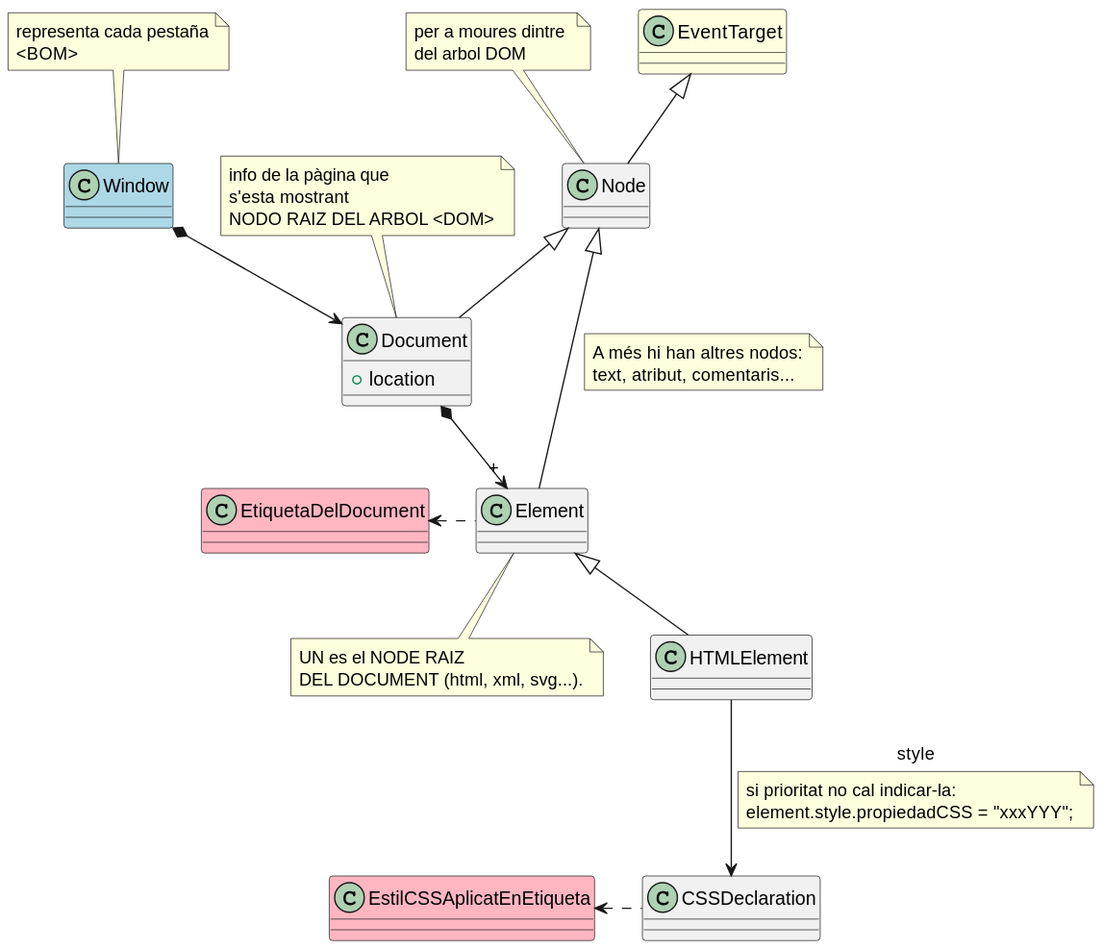
Above: out/docs/dhtml/DOM/DOM.svg in PabloMartinFluvia/tech-dhtml (PlantUML), before the change. Its diagram source:
```plantuml
@startuml
class Window #LightBlue
note top
representa cada pestaña
<BOM>
end note
Window *--> Document

class EventTarget #LightYellow
class Node
note top
per a moures dintre
del arbol DOM
end note
EventTarget <|-- Node

class Document {
    + location
}
note top
info de la pàgina que
s'esta mostrant
NODO RAIZ DEL ARBOL <DOM>
end note
Node <|-- Document
Document *--> "+" Element

class Element
note bottom
UN es el NODE RAIZ
DEL DOCUMENT (html, xml, svg...).
end note
Node <|-- Element
note on link
A més hi han altres nodos:
text, atribut, comentaris...
end note
Element .left.> EtiquetaDelDocument

class EtiquetaDelDocument #LightPink

class HTMLElement
Element <|-- HTMLElement
HTMLElement --> CSSDeclaration : style
note on link
si prioritat no cal indicar-la:
element.style.propiedadCSS = "xxxYYY";
end note

class CSSDeclaration
CSSDeclaration .left.> EstilCSSAplicatEnEtiqueta


class EstilCSSAplicatEnEtiqueta #LightPink
@enduml
```
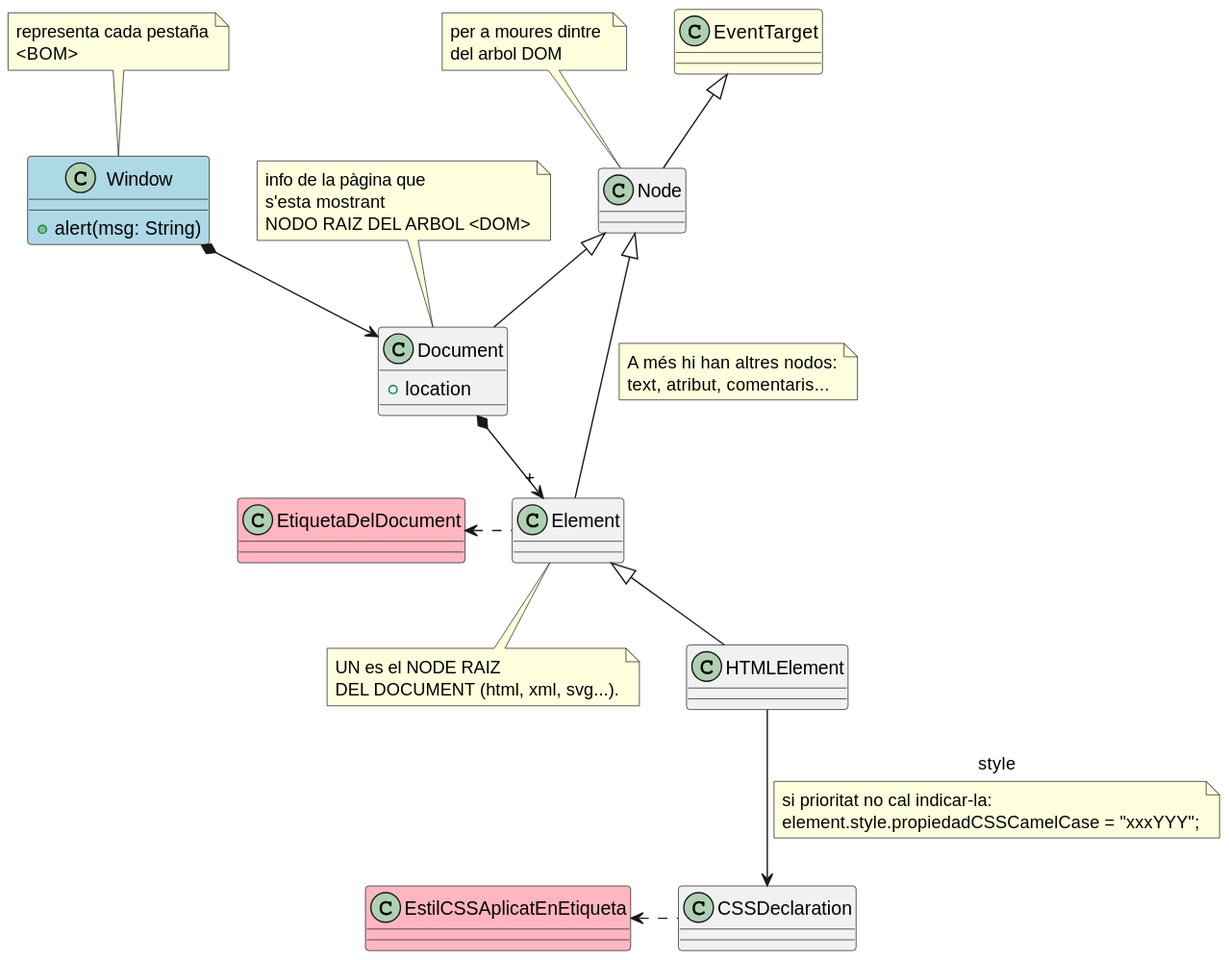
After the change.

Diff of the diagram source:
```diff
@@ -1,5 +1,7 @@
 @startuml
-class Window #LightBlue
+class Window #LightBlue {
+    + alert(msg: String)
+}
 note top
 representa cada pestaña
 <BOM>
@@ -44,7 +46,7 @@
 HTMLElement --> CSSDeclaration : style
 note on link
 si prioritat no cal indicar-la:
-element.style.propiedadCSS = "xxxYYY";
+element.style.propiedadCSSCamelCase = "xxxYYY";
 end note
 
 class CSSDeclaration
```
